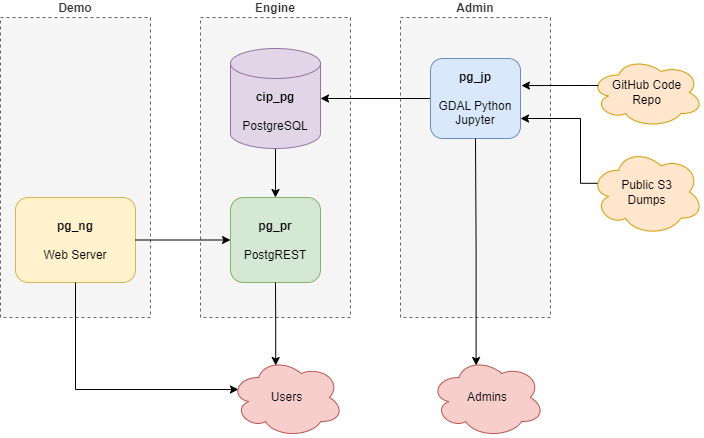
This is docs/architecture_local.drawio.png from USEPA/CIP-service, a draw.io export, as it was before one commit. Source tidied: cells renumbered, new cells last; positions are measured from the earlier drawing's top-left corner, leaving out a move shared by most shapes.
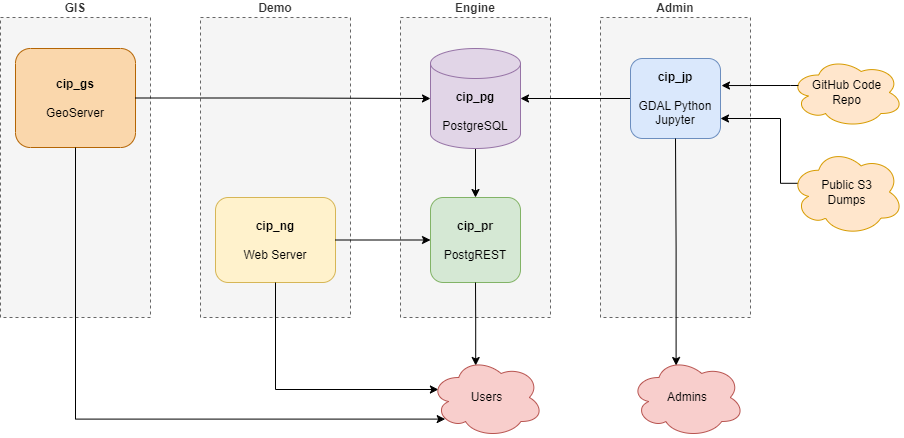
The same file after the commit.

Commit message:
update local architecture

Change to the diagram source:
```diff
@@ -23,13 +23,13 @@
     <mxCell id="8" style="edgeStyle=orthogonalEdgeStyle;rounded=0;jettySize=auto;html=1;exitX=0;exitY=0.5;exitDx=0;exitDy=0;entryX=1;entryY=0.5;entryDx=0;entryDy=0;entryPerimeter=0;" parent="1" edge="1" source="9" target="7">
       <mxGeometry relative="1" as="geometry" />
     </mxCell>
-    <mxCell id="9" value="&lt;b&gt;pg_jp&lt;/b&gt;&lt;br&gt;&lt;br&gt;GDAL Python Jupyter" style="rounded=1;whiteSpace=wrap;html=1;fillColor=#dae8fc;strokeColor=#6c8ebf;" parent="1" vertex="1">
+    <mxCell id="9" value="&lt;b&gt;cip_jp&lt;/b&gt;&lt;br&gt;&lt;br&gt;GDAL Python Jupyter" style="rounded=1;whiteSpace=wrap;html=1;fillColor=#dae8fc;strokeColor=#6c8ebf;" parent="1" vertex="1">
       <mxGeometry x="430" y="41" width="90" height="80" as="geometry" />
     </mxCell>
-    <mxCell id="10" value="&lt;b&gt;pg_pr&lt;/b&gt;&lt;br&gt;&lt;br&gt;PostgREST" style="rounded=1;whiteSpace=wrap;html=1;fillColor=#d5e8d4;strokeColor=#82b366;" parent="1" vertex="1">
+    <mxCell id="10" value="&lt;b&gt;cip_pr&lt;/b&gt;&lt;br&gt;&lt;br&gt;PostgREST" style="rounded=1;whiteSpace=wrap;html=1;fillColor=#d5e8d4;strokeColor=#82b366;" parent="1" vertex="1">
       <mxGeometry x="230" y="180" width="90" height="85" as="geometry" />
     </mxCell>
-    <mxCell id="11" value="&lt;b&gt;pg_ng&lt;br&gt;&lt;/b&gt;&lt;br&gt;Web Server" style="rounded=1;whiteSpace=wrap;html=1;fillColor=#fff2cc;strokeColor=#d6b656;" parent="1" vertex="1">
+    <mxCell id="11" value="&lt;b&gt;cip_ng&lt;br&gt;&lt;/b&gt;&lt;br&gt;Web Server" style="rounded=1;whiteSpace=wrap;html=1;fillColor=#fff2cc;strokeColor=#d6b656;" parent="1" vertex="1">
       <mxGeometry x="15" y="180" width="120" height="85" as="geometry" />
     </mxCell>
     <mxCell id="12" style="edgeStyle=orthogonalEdgeStyle;rounded=0;jettySize=auto;html=1;exitX=0.07;exitY=0.4;exitDx=0;exitDy=0;exitPerimeter=0;entryX=0.5;entryY=1;entryDx=0;entryDy=0;startArrow=classic;startFill=1;endArrow=none;endFill=0;" parent="1" edge="1" source="15" target="11">
@@ -72,5 +72,21 @@
     <mxCell id="21" style="edgeStyle=orthogonalEdgeStyle;rounded=0;jettySize=auto;html=1;" parent="1" edge="1" source="11" target="10">
       <mxGeometry relative="1" as="geometry" />
     </mxCell>
+    <mxCell id="22" value="&lt;b&gt;GIS&lt;/b&gt;" style="rounded=0;whiteSpace=wrap;html=1;fillColor=#f5f5f5;dashed=1;labelPosition=center;verticalLabelPosition=top;align=center;verticalAlign=bottom;fontColor=#333333;strokeColor=#666666;" parent="1" vertex="1">
+      <mxGeometry x="-200" width="150" height="300" as="geometry" />
+    </mxCell>
+    <mxCell id="23" value="&lt;b&gt;cip_gs&lt;br&gt;&lt;/b&gt;&lt;br&gt;GeoServer" style="rounded=1;whiteSpace=wrap;html=1;fillColor=#fad7ac;strokeColor=#b46504;" parent="1" vertex="1">
+      <mxGeometry x="-185" y="31" width="120" height="99" as="geometry" />
+    </mxCell>
+    <mxCell id="24" style="edgeStyle=orthogonalEdgeStyle;rounded=0;jettySize=auto;html=1;exitX=1;exitY=0.5;exitDx=0;exitDy=0;entryX=0;entryY=0.5;entryDx=0;entryDy=0;entryPerimeter=0;" parent="1" edge="1" source="23" target="7">
+      <mxGeometry relative="1" as="geometry" />
+    </mxCell>
+    <mxCell id="25" style="edgeStyle=orthogonalEdgeStyle;rounded=0;jettySize=auto;html=1;exitX=0.5;exitY=1;exitDx=0;exitDy=0;entryX=0.13;entryY=0.77;entryDx=0;entryDy=0;entryPerimeter=0;" parent="1" edge="1" source="23" target="15">
+      <mxGeometry relative="1" as="geometry">
+        <Array as="points">
+          <mxPoint x="-125" y="402" />
+        </Array>
+      </mxGeometry>
+    </mxCell>
   </root>
 </mxGraphModel>
```
